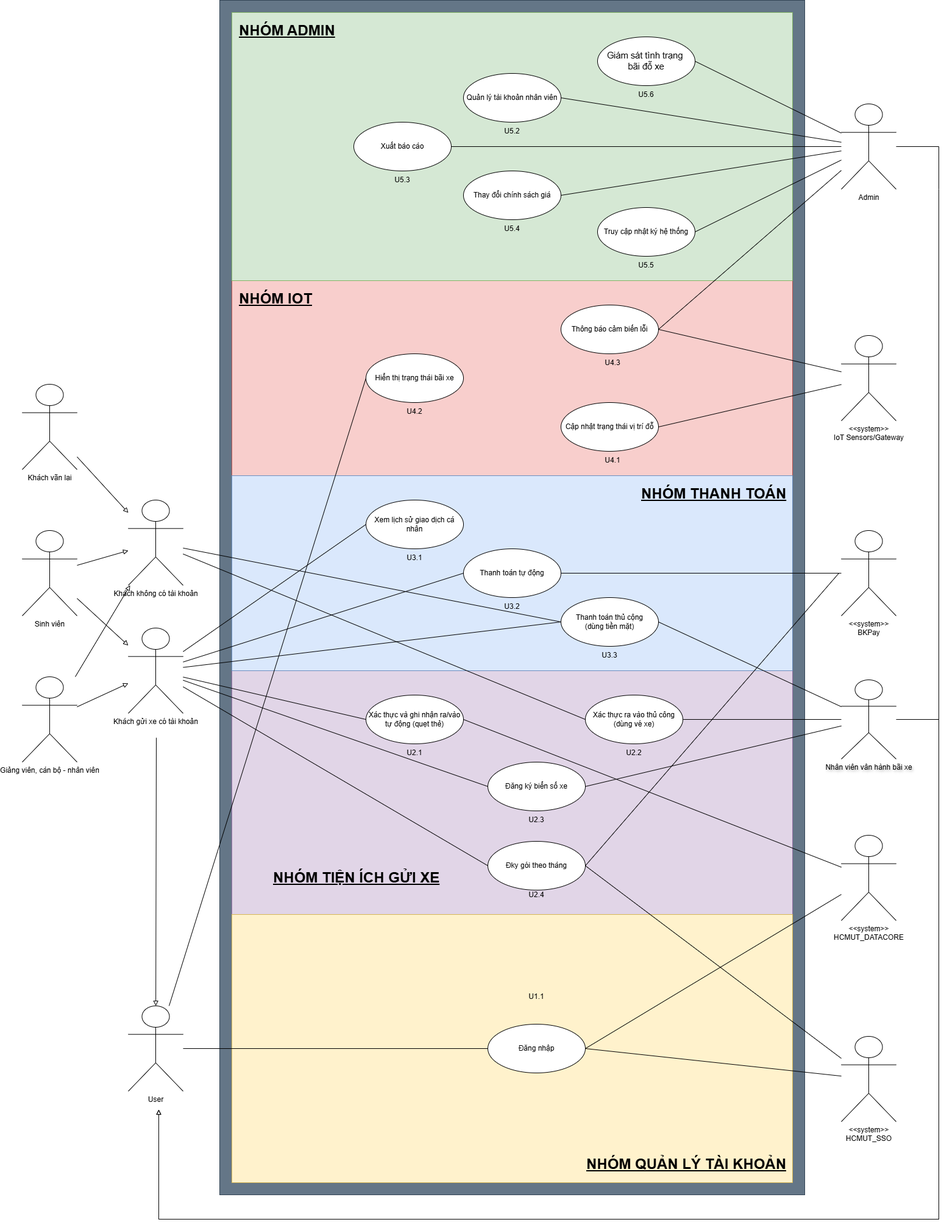
This is LaTex/pictures/usecase_diagram.png from KTX-0711/Software-Engineering-Assignment-HK252, a draw.io export, as it was before one commit. Source tidied: cells renumbered, new cells last; positions are measured from the earlier drawing's top-left corner, leaving out a move shared by most shapes.
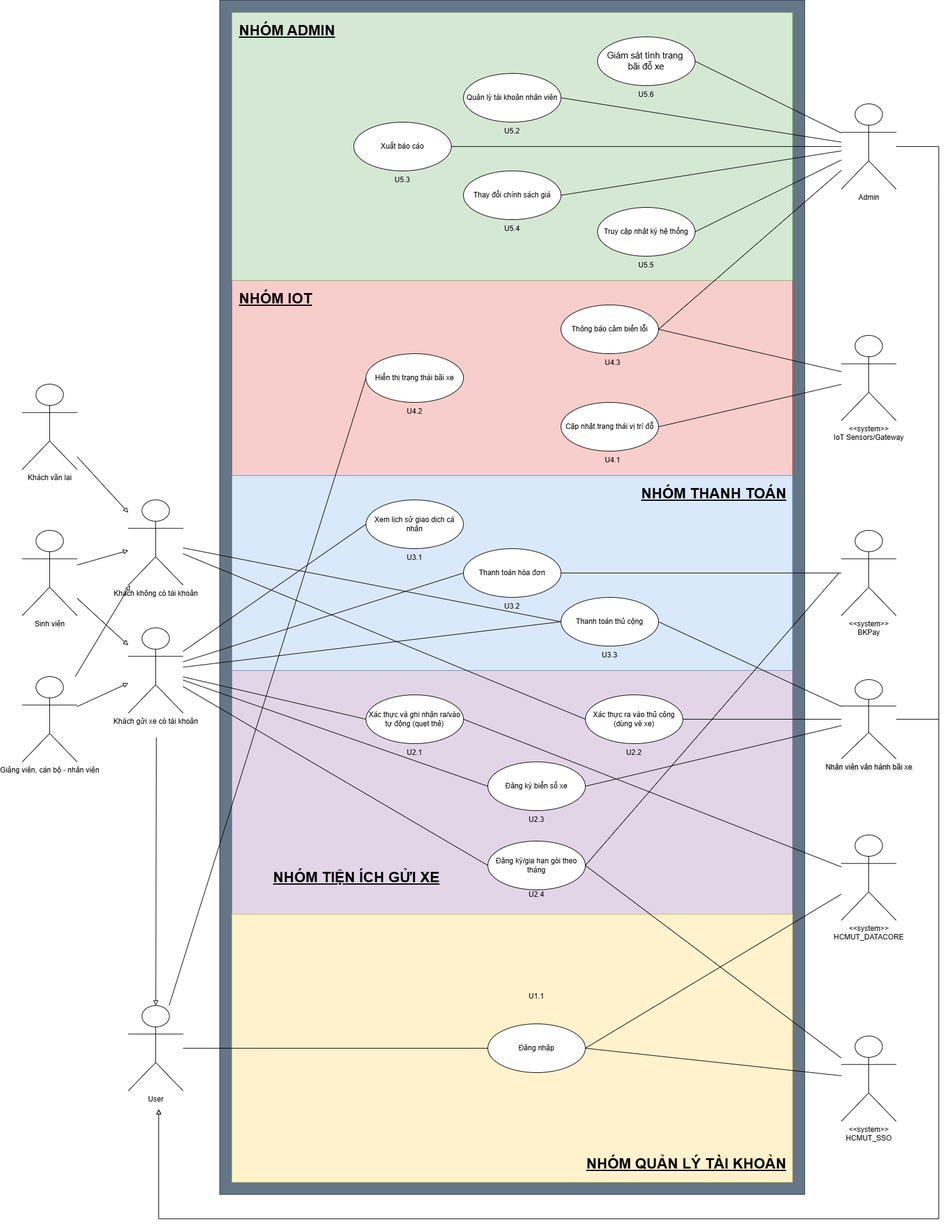
The same file after the commit.

Commit message:
update usecase_diagram

What changed in the source:
```diff
@@ -32,7 +32,7 @@
     <mxCell id="11" value="&lt;div&gt;&lt;span style=&quot;&quot; class=&quot;notion-enable-hover&quot;&gt;Thông báo cảm biến lỗi&lt;/span&gt;&lt;/div&gt;" style="shape=ellipse;whiteSpace=wrap;html=1;backgroundOutline=1;" parent="1" vertex="1">
       <mxGeometry x="884" y="500" width="160" height="80" as="geometry" />
     </mxCell>
-    <mxCell id="12" value="Đky gói theo tháng" style="shape=ellipse;whiteSpace=wrap;html=1;backgroundOutline=1;" parent="1" vertex="1">
+    <mxCell id="12" value="Đăng ký/gia hạn gói theo tháng" style="shape=ellipse;whiteSpace=wrap;html=1;backgroundOutline=1;" parent="1" vertex="1">
       <mxGeometry x="764" y="1380" width="160" height="80" as="geometry" />
     </mxCell>
     <mxCell id="13" value="Đăng nhập" style="shape=ellipse;whiteSpace=wrap;html=1;backgroundOutline=1;" parent="1" vertex="1">
@@ -71,7 +71,7 @@
     <mxCell id="24" value="Xác thực ra vào thủ công&lt;div&gt;(dùng vé xe)&lt;/div&gt;" style="shape=ellipse;whiteSpace=wrap;html=1;backgroundOutline=1;" parent="1" vertex="1">
       <mxGeometry x="924" y="1140" width="160" height="80" as="geometry" />
     </mxCell>
-    <mxCell id="25" value="Thanh toán thủ cộng&lt;div&gt;(dùng tiền mặt)&lt;/div&gt;" style="shape=ellipse;whiteSpace=wrap;html=1;backgroundOutline=1;" parent="1" vertex="1">
+    <mxCell id="25" value="Thanh toán thủ cộng" style="shape=ellipse;whiteSpace=wrap;html=1;backgroundOutline=1;" parent="1" vertex="1">
       <mxGeometry x="884" y="980" width="160" height="80" as="geometry" />
     </mxCell>
     <mxCell id="26" value="User" style="shape=umlActor;verticalLabelPosition=bottom;verticalAlign=top;html=1;outlineConnect=0;" parent="1" vertex="1">
@@ -112,7 +112,7 @@
     <mxCell id="37" style="endArrow=block;html=1;rounded=0;endFill=0;" parent="1" edge="1" source="10" target="27">
       <mxGeometry relative="1" as="geometry" />
     </mxCell>
-    <mxCell id="38" value="Thanh toán tự động" style="shape=ellipse;whiteSpace=wrap;html=1;backgroundOutline=1;" parent="1" vertex="1">
+    <mxCell id="38" value="Thanh toán hóa đơn" style="shape=ellipse;whiteSpace=wrap;html=1;backgroundOutline=1;" parent="1" vertex="1">
       <mxGeometry x="724" y="900" width="160" height="80" as="geometry" />
     </mxCell>
     <mxCell id="39" style="endArrow=none;html=1;rounded=0;entryX=0;entryY=0.5;entryDx=0;entryDy=0;" parent="1" edge="1" source="27" target="14">
```
